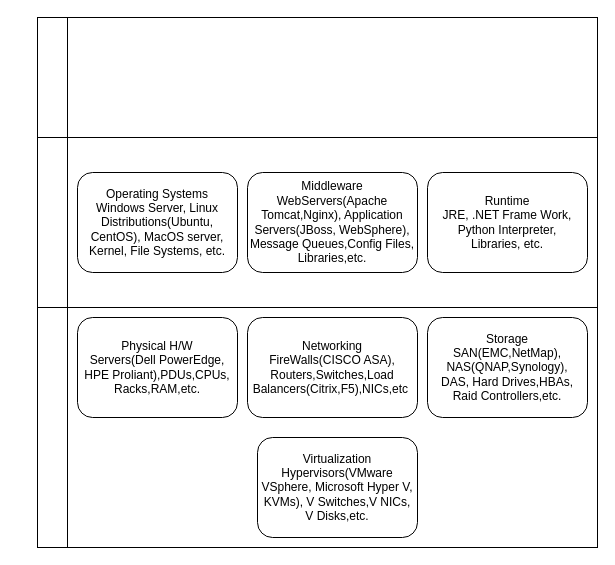
The draw.io diagram Untitled Diagram.drawio in GR-882/DataValley-FullStack-Assignment-10, before the edit. Source tidied: cells renumbered, new cells numbered last; positions are measured from the earlier drawing's top-left corner, leaving out a move shared by most shapes. Both pictures are drawn from the tidied source at 100%, with x=0, y=0 at pixel (37, 17).
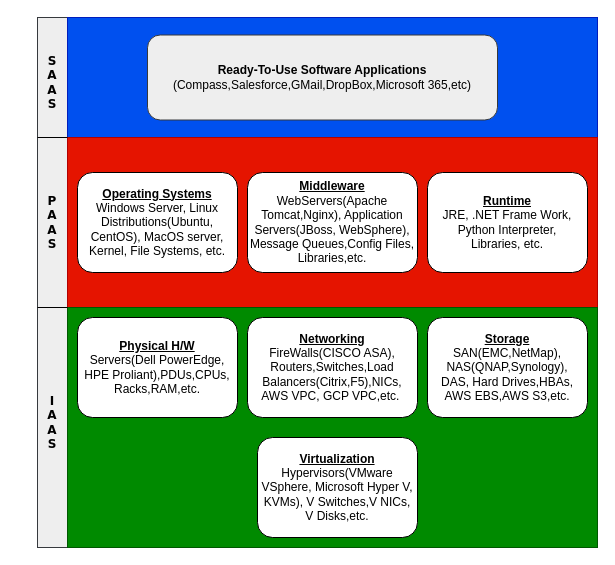
The same diagram, later.

Commit message:
Cloud Service Model.drawio

The edit, as a diff of the source:
```diff
@@
-    <mxCell id="2" style="whiteSpace=wrap;html=1;" parent="1" vertex="1">
+    <mxCell id="2" style="whiteSpace=wrap;html=1;fillColor=#eeeeee;strokeColor=#36393d;" parent="1" vertex="1">
       <mxGeometry width="530" height="530" as="geometry" />
     </mxCell>
-    <mxCell id="3" style="rounded=0;whiteSpace=wrap;html=1;" parent="1" vertex="1">
+    <mxCell id="3" style="rounded=0;whiteSpace=wrap;html=1;fillColor=#0050ef;fontColor=#ffffff;strokeColor=#001DBC;" parent="1" vertex="1">
       <mxGeometry x="30" width="530" height="120" as="geometry" />
     </mxCell>
-    <mxCell id="4" style="rounded=0;whiteSpace=wrap;html=1;" parent="1" vertex="1">
+    <mxCell id="4" style="rounded=0;whiteSpace=wrap;html=1;fillColor=#e51400;strokeColor=#B20000;fontColor=#ffffff;" parent="1" vertex="1">
       <mxGeometry x="30" y="120" width="530" height="170" as="geometry" />
     </mxCell>
-    <mxCell id="5" style="rounded=0;whiteSpace=wrap;html=1;" parent="1" vertex="1">
+    <mxCell id="5" style="rounded=0;whiteSpace=wrap;html=1;fillColor=#008a00;strokeColor=#005700;fontColor=#ffffff;" parent="1" vertex="1">
       <mxGeometry x="30" y="290" width="530" height="240" as="geometry" />
     </mxCell>
-    <mxCell id="6" value="Physical H/W&lt;div&gt;Servers(Dell PowerEdge, HPE&lt;span style=&quot;background-color: transparent; color: light-dark(rgb(0, 0, 0), rgb(255, 255, 255));&quot;&gt;&amp;nbsp;Proliant),PDUs,CPUs,&lt;/span&gt;&lt;/div&gt;&lt;div&gt;&lt;span style=&quot;background-color: transparent; color: light-dark(rgb(0, 0, 0), rgb(255, 255, 255));&quot;&gt;Racks,RAM,etc.&lt;/span&gt;&lt;/div&gt;" style="rounded=1;whiteSpace=wrap;html=1;" parent="1" vertex="1">
+    <mxCell id="6" value="&lt;b&gt;&lt;u&gt;Physical H/W&lt;/u&gt;&lt;/b&gt;&lt;div&gt;Servers(Dell PowerEdge, HPE&lt;span style=&quot;background-color: transparent; color: light-dark(rgb(0, 0, 0), rgb(255, 255, 255));&quot;&gt;&amp;nbsp;Proliant),PDUs,CPUs,&lt;/span&gt;&lt;/div&gt;&lt;div&gt;&lt;span style=&quot;background-color: transparent; color: light-dark(rgb(0, 0, 0), rgb(255, 255, 255));&quot;&gt;Racks,RAM,etc.&lt;/span&gt;&lt;/div&gt;" style="rounded=1;whiteSpace=wrap;html=1;" parent="1" vertex="1">
       <mxGeometry x="40" y="300" width="160" height="100" as="geometry" />
     </mxCell>
-    <mxCell id="7" value="Networking&lt;div&gt;FireWalls(CISCO ASA),&lt;/div&gt;&lt;div&gt;Routers,Switches,Load Balancers(Citrix,F5),NICs,etc&amp;nbsp;&lt;/div&gt;" style="rounded=1;whiteSpace=wrap;html=1;align=center;" parent="1" vertex="1">
+    <mxCell id="7" value="&lt;b&gt;&lt;u&gt;Networking&lt;/u&gt;&lt;/b&gt;&lt;div&gt;FireWalls(CISCO ASA),&lt;/div&gt;&lt;div&gt;Routers,Switches,Load Balancers(Citrix,F5),NICs,&lt;/div&gt;&lt;div&gt;AWS VPC, GCP VPC,etc.&amp;nbsp;&lt;/div&gt;" style="rounded=1;whiteSpace=wrap;html=1;align=center;" parent="1" vertex="1">
       <mxGeometry x="210" y="300" width="170" height="100" as="geometry" />
     </mxCell>
-    <mxCell id="8" value="Storage&lt;div&gt;SAN(EMC,NetMap),&lt;/div&gt;&lt;div&gt;NAS(QNAP,Synology),&lt;/div&gt;&lt;div&gt;DAS, Hard Drives,HBAs,&lt;/div&gt;&lt;div&gt;Raid Controllers,etc.&lt;/div&gt;" style="rounded=1;whiteSpace=wrap;html=1;" parent="1" vertex="1">
+    <mxCell id="8" value="&lt;b&gt;&lt;u&gt;Storage&lt;/u&gt;&lt;/b&gt;&lt;div&gt;SAN(EMC,NetMap),&lt;/div&gt;&lt;div&gt;NAS(QNAP,Synology),&lt;/div&gt;&lt;div&gt;DAS, Hard Drives,HBAs,&lt;/div&gt;&lt;div&gt;AWS EBS,AWS S3,etc.&lt;/div&gt;" style="rounded=1;whiteSpace=wrap;html=1;" parent="1" vertex="1">
       <mxGeometry x="390" y="300" width="160" height="100" as="geometry" />
     </mxCell>
-    <mxCell id="9" value="Virtualization&lt;div&gt;Hypervisors(VMware VSphere, Microsoft Hyper V, KVMs), V Switches,V NICs, V Disks,etc.&lt;/div&gt;" style="rounded=1;whiteSpace=wrap;html=1;" parent="1" vertex="1">
+    <mxCell id="9" value="&lt;b style=&quot;&quot;&gt;&lt;u&gt;Virtualization&lt;/u&gt;&lt;/b&gt;&lt;div&gt;Hypervisors(VMware VSphere, Microsoft Hyper V, KVMs), V Switches,V NICs, V Disks,etc.&lt;/div&gt;" style="rounded=1;whiteSpace=wrap;html=1;" parent="1" vertex="1">
       <mxGeometry x="220" y="420" width="160" height="100" as="geometry" />
     </mxCell>
-    <mxCell id="10" value="Operating Systems&lt;div&gt;&lt;span style=&quot;background-color: transparent; color: light-dark(rgb(0, 0, 0), rgb(255, 255, 255));&quot;&gt;Windows Server, Linux Distributions(Ubuntu, CentOS), MacOS server,&lt;/span&gt;&lt;/div&gt;&lt;div&gt;&lt;span style=&quot;background-color: transparent; color: light-dark(rgb(0, 0, 0), rgb(255, 255, 255));&quot;&gt;Kernel, File Systems, etc.&lt;/span&gt;&lt;/div&gt;" style="rounded=1;whiteSpace=wrap;html=1;" parent="1" vertex="1">
+    <mxCell id="10" value="&lt;b&gt;&lt;u&gt;Operating Systems&lt;/u&gt;&lt;/b&gt;&lt;div&gt;&lt;span style=&quot;background-color: transparent; color: light-dark(rgb(0, 0, 0), rgb(255, 255, 255));&quot;&gt;Windows Server, Linux Distributions(Ubuntu, CentOS), MacOS server,&lt;/span&gt;&lt;/div&gt;&lt;div&gt;&lt;span style=&quot;background-color: transparent; color: light-dark(rgb(0, 0, 0), rgb(255, 255, 255));&quot;&gt;Kernel, File Systems, etc.&lt;/span&gt;&lt;/div&gt;" style="rounded=1;whiteSpace=wrap;html=1;" parent="1" vertex="1">
       <mxGeometry x="40" y="155" width="160" height="100" as="geometry" />
     </mxCell>
-    <mxCell id="11" value="Middleware&lt;div&gt;WebServers(Apache Tomcat,Nginx), Application Servers(JBoss, WebSphere),&lt;/div&gt;&lt;div&gt;Message Queues,Config Files,&lt;/div&gt;&lt;div&gt;Libraries,etc.&lt;/div&gt;" style="rounded=1;whiteSpace=wrap;html=1;" parent="1" vertex="1">
+    <mxCell id="11" value="&lt;b&gt;&lt;u&gt;Middleware&lt;/u&gt;&lt;/b&gt;&lt;div&gt;WebServers(Apache Tomcat,Nginx), Application Servers(JBoss, WebSphere),&lt;/div&gt;&lt;div&gt;Message Queues,Config Files,&lt;/div&gt;&lt;div&gt;Libraries,etc.&lt;/div&gt;" style="rounded=1;whiteSpace=wrap;html=1;" parent="1" vertex="1">
       <mxGeometry x="210" y="155" width="170" height="100" as="geometry" />
     </mxCell>
-    <mxCell id="12" value="Runtime&lt;div&gt;JRE, .NET Frame Work,&lt;/div&gt;&lt;div&gt;Python Interpreter,&lt;/div&gt;&lt;div&gt;Libraries, etc.&lt;/div&gt;" style="rounded=1;whiteSpace=wrap;html=1;" parent="1" vertex="1">
+    <mxCell id="12" value="&lt;b&gt;&lt;u&gt;Runtime&lt;/u&gt;&lt;/b&gt;&lt;div&gt;JRE, .NET Frame Work,&lt;/div&gt;&lt;div&gt;Python Interpreter,&lt;/div&gt;&lt;div&gt;Libraries, etc.&lt;/div&gt;" style="rounded=1;whiteSpace=wrap;html=1;" parent="1" vertex="1">
       <mxGeometry x="390" y="155" width="160" height="100" as="geometry" />
     </mxCell>
@@
+    <mxCell id="15" value="&lt;b&gt;&lt;font face=&quot;Verdana&quot; style=&quot;color: light-dark(rgb(0, 0, 0), rgb(234, 107, 102));&quot;&gt;I&lt;/font&gt;&lt;/b&gt;&lt;div&gt;&lt;b&gt;&lt;font face=&quot;Verdana&quot; style=&quot;color: light-dark(rgb(0, 0, 0), rgb(234, 107, 102));&quot;&gt;A&lt;/font&gt;&lt;/b&gt;&lt;/div&gt;&lt;div&gt;&lt;b&gt;&lt;font face=&quot;Verdana&quot; style=&quot;color: light-dark(rgb(0, 0, 0), rgb(234, 107, 102));&quot;&gt;A&lt;/font&gt;&lt;/b&gt;&lt;/div&gt;&lt;div&gt;&lt;b&gt;&lt;font face=&quot;Verdana&quot; style=&quot;color: light-dark(rgb(0, 0, 0), rgb(234, 107, 102));&quot;&gt;S&lt;/font&gt;&lt;/b&gt;&lt;/div&gt;" style="text;strokeColor=none;align=center;fillColor=none;html=1;verticalAlign=middle;whiteSpace=wrap;rounded=0;" parent="1" vertex="1">
+      <mxGeometry x="-20" y="350" width="70" height="110" as="geometry" />
+    </mxCell>
+    <mxCell id="16" value="&lt;b&gt;&lt;font face=&quot;Verdana&quot; style=&quot;color: light-dark(rgb(0, 0, 0), rgb(0, 255, 255));&quot;&gt;P&lt;/font&gt;&lt;/b&gt;&lt;div&gt;&lt;b&gt;&lt;font face=&quot;Verdana&quot; style=&quot;color: light-dark(rgb(0, 0, 0), rgb(0, 255, 255));&quot;&gt;A&lt;/font&gt;&lt;/b&gt;&lt;/div&gt;&lt;div&gt;&lt;b&gt;&lt;font face=&quot;Verdana&quot; style=&quot;color: light-dark(rgb(0, 0, 0), rgb(0, 255, 255));&quot;&gt;A&lt;/font&gt;&lt;/b&gt;&lt;/div&gt;&lt;div&gt;&lt;b&gt;&lt;font face=&quot;Verdana&quot; style=&quot;color: light-dark(rgb(0, 0, 0), rgb(0, 255, 255));&quot;&gt;S&lt;/font&gt;&lt;/b&gt;&lt;/div&gt;" style="text;strokeColor=none;align=center;fillColor=none;html=1;verticalAlign=middle;whiteSpace=wrap;rounded=0;" parent="1" vertex="1">
+      <mxGeometry x="-20" y="165" width="70" height="80" as="geometry" />
+    </mxCell>
+    <mxCell id="17" value="&lt;b&gt;&lt;font face=&quot;Verdana&quot; style=&quot;color: light-dark(rgb(0, 0, 0), rgb(128, 255, 0));&quot;&gt;S&lt;/font&gt;&lt;/b&gt;&lt;div&gt;&lt;b&gt;&lt;font face=&quot;Verdana&quot; style=&quot;color: light-dark(rgb(0, 0, 0), rgb(128, 255, 0));&quot;&gt;A&lt;br&gt;A&lt;br&gt;S&lt;/font&gt;&lt;/b&gt;&lt;/div&gt;" style="text;strokeColor=none;align=center;fillColor=none;html=1;verticalAlign=middle;whiteSpace=wrap;rounded=0;" parent="1" vertex="1">
+      <mxGeometry x="-20" y="50" width="70" height="30" as="geometry" />
+    </mxCell>
+    <mxCell id="18" value="&lt;b&gt;Ready-To-Use Software Applications&lt;/b&gt;&lt;div&gt;(Compass,Salesforce,GMail,DropBox,Microsoft 365,etc)&lt;/div&gt;" style="rounded=1;whiteSpace=wrap;html=1;fillColor=#eeeeee;strokeColor=#36393d;" parent="1" vertex="1">
+      <mxGeometry x="110" y="17.5" width="350" height="85" as="geometry" />
+    </mxCell>
```
